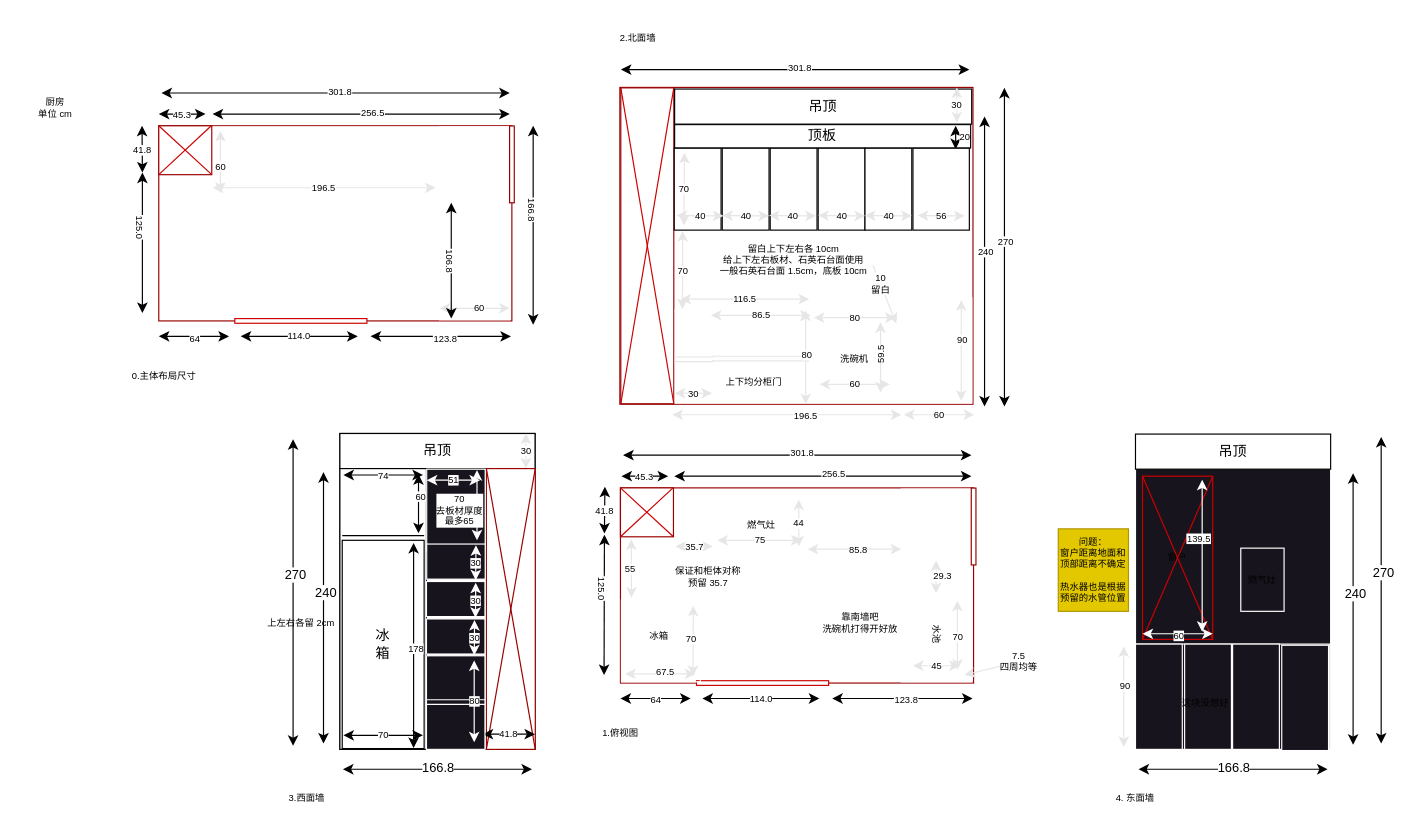
Before: 厨房.dio in ChengCuotuo/note, a draw.io diagram. Source tidied: cells renumbered, new cells numbered last; positions are measured from the earlier drawing's top-left corner, leaving out a move shared by most shapes. Both pictures are drawn from the tidied source at 117%, with x=0, y=0 at pixel (20, 20).
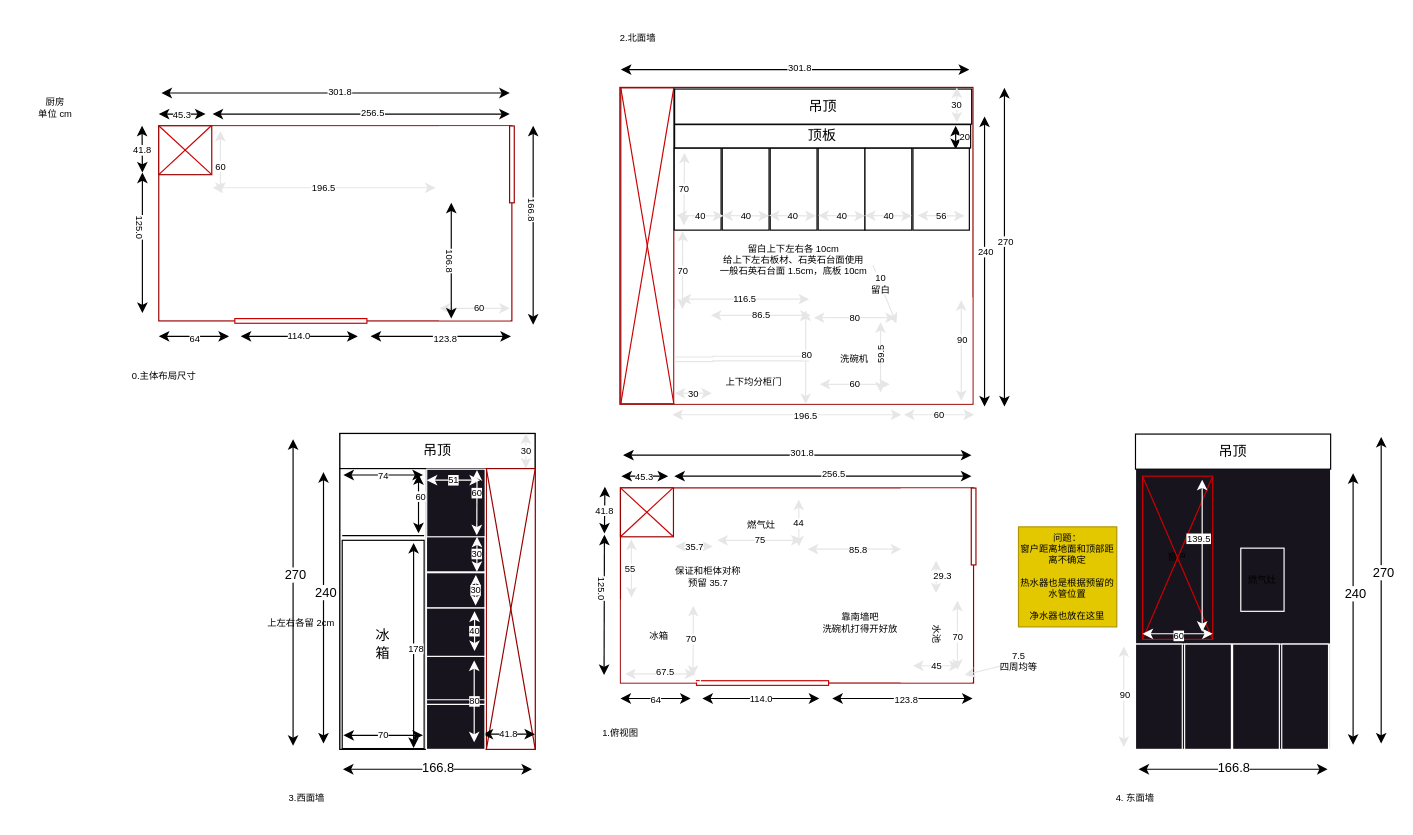
The same page after the edit.

The change refers to these unchanged cells:
```xml
<mxCell id="183" style="endArrow=classic;startArrow=classic;html=1;strokeColor=#E6E6E6;fontSize=8;" parent="1" edge="1">
  <mxGeometry relative="1" as="geometry">
    <mxPoint x="943" y="621" as="sourcePoint" />
    <mxPoint x="943" y="535" as="targetPoint" />
  </mxGeometry>
</mxCell>
```

Diff of the diagram source:
```diff
@@
     <mxCell id="163" style="rounded=0;whiteSpace=wrap;html=1;strokeColor=#FFFFFF;fontSize=8;fillColor=#18141D;" parent="1" vertex="1">
-      <mxGeometry x="347" y="511.5" width="50" height="30" as="geometry" />
+      <mxGeometry x="347" y="502" width="50" height="41.5" as="geometry" />
     </mxCell>
-    <mxCell id="164" value="30" style="endArrow=classic;startArrow=classic;html=1;strokeColor=#FFFFFF;fontSize=8;" parent="1" edge="1">
-      <mxGeometry relative="1" as="geometry">
-        <mxPoint x="387.9" y="542.5" as="sourcePoint" />
-        <mxPoint x="388.1" y="512.5" as="targetPoint" />
+    <mxCell id="164" value="40" style="endArrow=classic;startArrow=classic;html=1;strokeColor=#FFFFFF;fontSize=8;" parent="1" edge="1">
+      <mxGeometry x="-0.01" relative="1" as="geometry">
+        <mxPoint x="388.1" y="539" as="sourcePoint" />
+        <mxPoint x="388.1" y="505" as="targetPoint" />
       </mxGeometry>
     </mxCell>
     <mxCell id="165" style="rounded=0;whiteSpace=wrap;html=1;strokeColor=#FFFFFF;fontSize=8;fillColor=#18141D;" parent="1" vertex="1">
-      <mxGeometry x="347" y="479.5" width="50" height="30" as="geometry" />
+      <mxGeometry x="347" y="472" width="50" height="30" as="geometry" />
     </mxCell>
     <mxCell id="166" value="30" style="endArrow=classic;startArrow=classic;html=1;strokeColor=#FFFFFF;fontSize=8;" parent="1" edge="1">
       <mxGeometry relative="1" as="geometry">
-        <mxPoint x="388.9" y="510.5" as="sourcePoint" />
-        <mxPoint x="389.1" y="480.5" as="targetPoint" />
+        <mxPoint x="389" y="500" as="sourcePoint" />
+        <mxPoint x="389.2" y="474" as="targetPoint" />
       </mxGeometry>
     </mxCell>
     <mxCell id="167" style="rounded=0;whiteSpace=wrap;html=1;strokeColor=#FFFFFF;fontSize=8;fillColor=#18141D;" parent="1" vertex="1">
-      <mxGeometry x="347.2" y="447.5" width="50" height="30" as="geometry" />
+      <mxGeometry x="347" y="441.3" width="50" height="30" as="geometry" />
     </mxCell>
     <mxCell id="168" value="30" style="endArrow=classic;startArrow=classic;html=1;strokeColor=#FFFFFF;fontSize=8;" parent="1" edge="1">
       <mxGeometry relative="1" as="geometry">
-        <mxPoint x="389.1" y="478.5" as="sourcePoint" />
-        <mxPoint x="389.3" y="448.5" as="targetPoint" />
+        <mxPoint x="390.1" y="471.2" as="sourcePoint" />
+        <mxPoint x="390.2" y="441.2" as="targetPoint" />
       </mxGeometry>
     </mxCell>
@@
     <mxCell id="172" style="endArrow=classic;startArrow=classic;html=1;strokeColor=#FFFFFF;fontSize=8;" parent="1" edge="1">
       <mxGeometry relative="1" as="geometry">
-        <mxPoint x="390.2" y="444.3" as="sourcePoint" />
+        <mxPoint x="390" y="440" as="sourcePoint" />
         <mxPoint x="390.2" y="384.3" as="targetPoint" />
       </mxGeometry>
     </mxCell>
-    <mxCell id="173" value="70&lt;br&gt;去板材厚度&lt;br&gt;最多65" style="edgeLabel;html=1;align=center;verticalAlign=middle;fontSize=8;" parent="172" vertex="1">
-      <mxGeometry x="0.21" relative="1" as="geometry">
-        <mxPoint x="-16" y="10" as="offset" />
-      </mxGeometry>
-    </mxCell>
+    <mxCell id="204" value="60" style="edgeLabel;html=1;align=center;verticalAlign=middle;fontSize=8;" parent="172" vertex="1">
+      <mxGeometry x="0.3" y="1" relative="1" as="geometry" />
+    </mxCell>
@@
     <mxCell id="184" value="90" style="edgeLabel;html=1;align=center;verticalAlign=middle;fontSize=8;" parent="183" vertex="1">
-      <mxGeometry x="0.23" relative="1" as="geometry" />
+      <mxGeometry x="0.23" relative="1" as="geometry">
+        <mxPoint y="8" as="offset" />
+      </mxGeometry>
     </mxCell>
@@
-    <mxCell id="192" value="问题：&lt;br&gt;窗户距离地面和顶部距离不确定&lt;br&gt;&lt;br&gt;热水器也是根据预留的水管位置" style="text;html=1;strokeColor=#B09500;fillColor=#e3c800;align=center;verticalAlign=middle;whiteSpace=wrap;rounded=0;fontSize=8;fontColor=#000000;" parent="1" vertex="1">
-      <mxGeometry x="887" y="434.5" width="60" height="70.5" as="geometry" />
+    <mxCell id="192" value="问题：&lt;br&gt;窗户距离地面和顶部距离不确定&lt;br&gt;&lt;br&gt;热水器也是根据预留的水管位置&lt;br&gt;&lt;br&gt;净水器也放在这里" style="text;html=1;strokeColor=#B09500;fillColor=#e3c800;align=center;verticalAlign=middle;whiteSpace=wrap;rounded=0;fontSize=8;fontColor=#000000;" parent="1" vertex="1">
+      <mxGeometry x="853" y="432.8" width="84" height="85.5" as="geometry" />
     </mxCell>
@@
     <mxCell id="197" style="rounded=0;whiteSpace=wrap;html=1;strokeColor=#FFFFFF;fontSize=8;fillColor=#18141D;" parent="1" vertex="1">
-      <mxGeometry x="1078" y="534" width="40" height="90" as="geometry" />
+      <mxGeometry x="1078" y="533" width="40" height="90" as="geometry" />
     </mxCell>
-    <mxCell id="198" value="这块没想好" style="text;html=1;strokeColor=none;fillColor=none;align=center;verticalAlign=middle;whiteSpace=wrap;rounded=0;fontSize=8;" parent="1" vertex="1">
-      <mxGeometry x="983" y="568" width="60" height="30" as="geometry" />
-    </mxCell>
```
